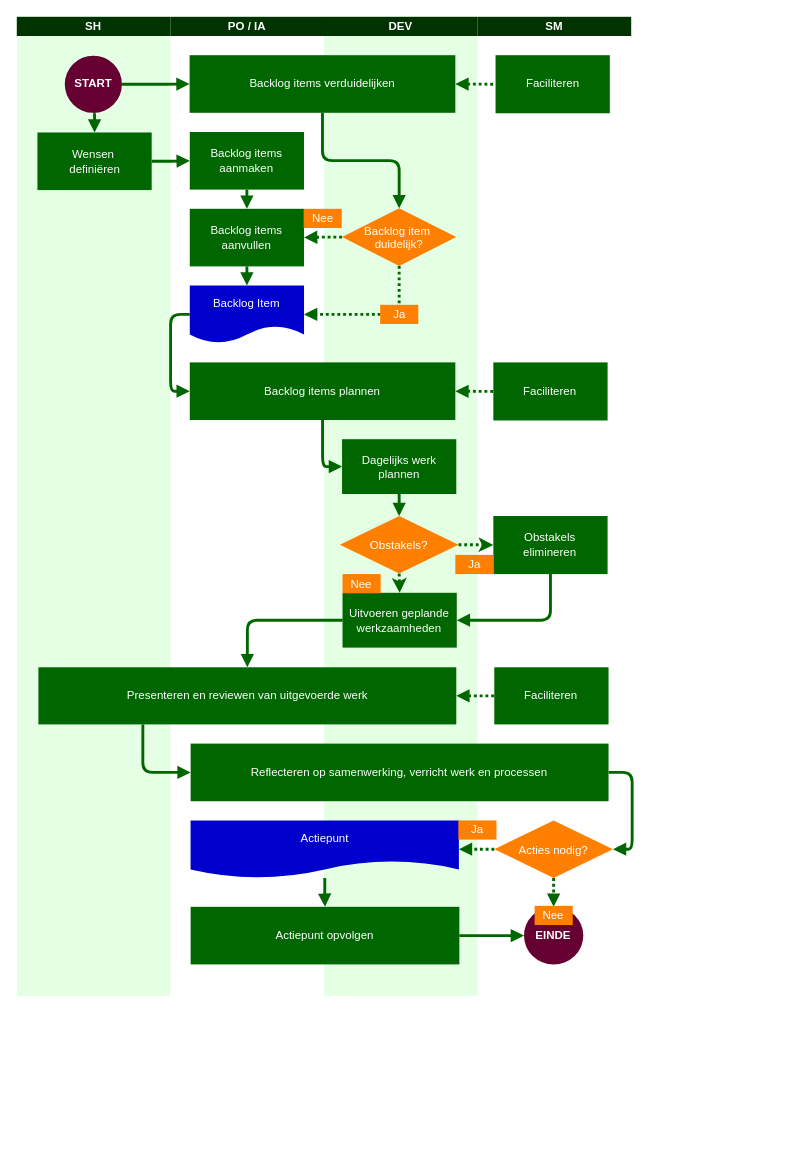
Earlier version of the draw.io diagram diagrammen/2025-05-10 Opdracht 2 SOLL Swimlane.drawio (LeroyGerrits/zuyd). Source tidied: cells renumbered, new cells numbered last; positions are measured from the earlier drawing's top-left corner, leaving out a move shared by most shapes. Both pictures are drawn from the tidied source at 96%, with x=0, y=0 at pixel (16, 16).
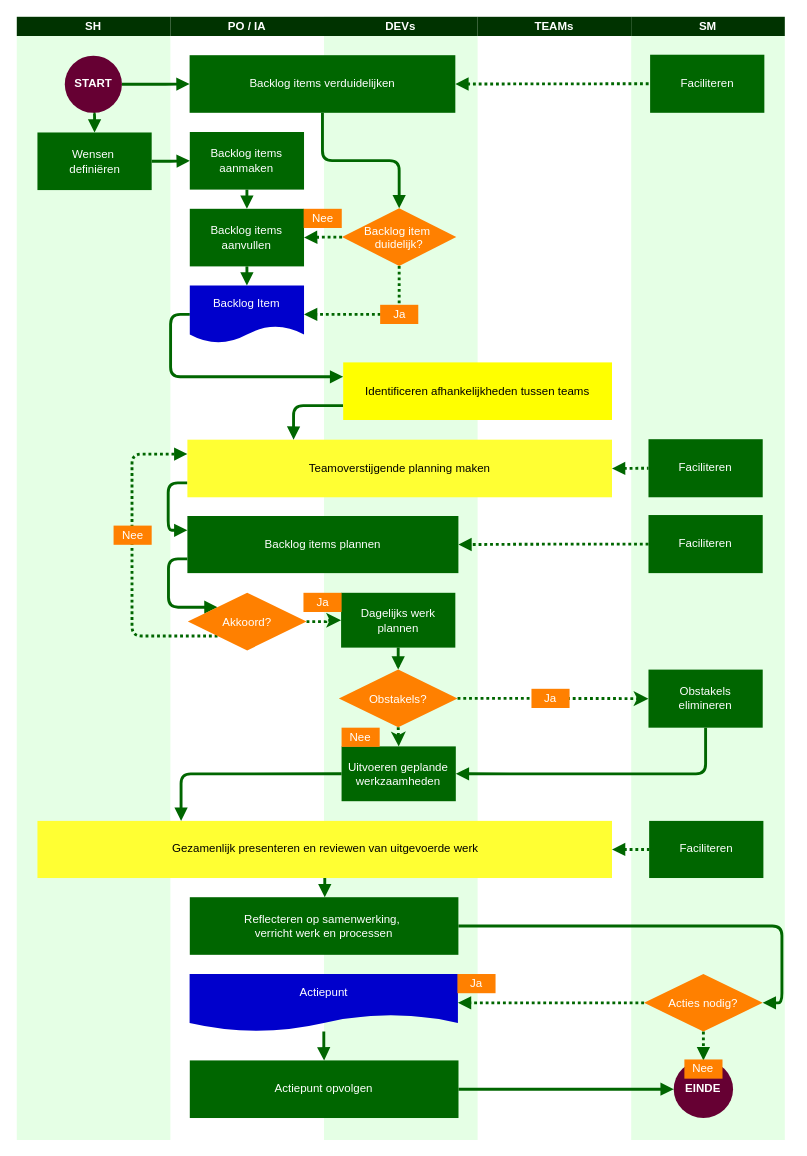
Above is the later version.

Unchanged cells that the change refers to:
```xml
<mxCell id="23" value="Backlog Item" style="shape=document;whiteSpace=wrap;verticalAlign=middle;strokeColor=none;fillColor=#0000CC;shadow=0;fontColor=#FFFFFF;fontFamily=Helvetica;fontStyle=0;html=1;fontSize=12;spacing=6;spacingBottom=22;" parent="1" vertex="1">
  <mxGeometry x="180.2" y="280" width="119" height="60" as="geometry" />
</mxCell>
```

Change to the diagram source:
```diff
@@
+    <mxCell id="59" style="rounded=0;whiteSpace=wrap;html=1;fillColor=#CCFFCC;strokeColor=none;opacity=50;" parent="1" vertex="1">
+      <mxGeometry x="640" width="160" height="1170" as="geometry" />
+    </mxCell>
     <mxCell id="2" style="rounded=0;whiteSpace=wrap;html=1;fillColor=#CCFFCC;strokeColor=none;opacity=50;" parent="1" vertex="1">
-      <mxGeometry width="160" height="1020" as="geometry" />
+      <mxGeometry width="160" height="1170" as="geometry" />
     </mxCell>
     <mxCell id="3" style="rounded=0;whiteSpace=wrap;html=1;fillColor=#CCFFCC;strokeColor=none;opacity=50;" parent="1" vertex="1">
-      <mxGeometry x="320" width="160" height="1020" as="geometry" />
+      <mxGeometry x="320" width="160" height="1170" as="geometry" />
     </mxCell>
@@
-    <mxCell id="6" value="&lt;font style=&quot;color: rgb(255, 255, 255);&quot;&gt;&lt;b&gt;DEV&lt;/b&gt;&lt;/font&gt;" style="rounded=0;whiteSpace=wrap;html=1;strokeColor=none;fillColor=#003300;" parent="1" vertex="1">
+    <mxCell id="6" value="&lt;font style=&quot;color: rgb(255, 255, 255);&quot;&gt;&lt;b&gt;DEVs&lt;/b&gt;&lt;/font&gt;" style="rounded=0;whiteSpace=wrap;html=1;strokeColor=none;fillColor=#003300;" parent="1" vertex="1">
       <mxGeometry x="320" width="160" height="20" as="geometry" />
     </mxCell>
-    <mxCell id="7" value="&lt;font style=&quot;color: rgb(255, 255, 255);&quot;&gt;&lt;b&gt;SM&lt;/b&gt;&lt;/font&gt;" style="rounded=0;whiteSpace=wrap;html=1;strokeColor=none;fillColor=#003300;" parent="1" vertex="1">
+    <mxCell id="7" value="&lt;font style=&quot;color: rgb(255, 255, 255);&quot;&gt;&lt;b&gt;TEAMs&lt;/b&gt;&lt;/font&gt;" style="rounded=0;whiteSpace=wrap;html=1;strokeColor=none;fillColor=#003300;" parent="1" vertex="1">
       <mxGeometry x="480" width="160" height="20" as="geometry" />
     </mxCell>
@@
-    <mxCell id="16" style="edgeStyle=orthogonalEdgeStyle;rounded=1;jettySize=auto;html=1;exitX=0;exitY=0.5;exitDx=0;exitDy=0;entryX=0.5;entryY=0;entryDx=0;entryDy=0;strokeWidth=3;strokeColor=#006600;endArrow=block;endFill=1;curved=0;" parent="1" edge="1" source="17" target="19">
+    <mxCell id="16" style="edgeStyle=orthogonalEdgeStyle;rounded=1;jettySize=auto;html=1;exitX=0;exitY=0.5;exitDx=0;exitDy=0;entryX=0.25;entryY=0;entryDx=0;entryDy=0;strokeWidth=3;strokeColor=#006600;endArrow=block;endFill=1;curved=0;" parent="1" edge="1" source="17" target="19">
       <mxGeometry relative="1" as="geometry" />
     </mxCell>
     <mxCell id="17" value="Uitvoeren geplande werkzaamheden" style="whiteSpace=wrap;strokeColor=none;fillColor=#006600;shadow=0;fontColor=#FFFFFF;fontFamily=Helvetica;fontStyle=0;html=1;fontSize=12;spacing=6;verticalAlign=middle;fillStyle=auto;" parent="1" vertex="1">
-      <mxGeometry x="339.3" y="600" width="119" height="57.1" as="geometry" />
+      <mxGeometry x="338.3" y="760" width="119" height="57.1" as="geometry" />
     </mxCell>
-    <mxCell id="18" style="edgeStyle=orthogonalEdgeStyle;rounded=1;jettySize=auto;html=1;exitX=0.25;exitY=1;exitDx=0;exitDy=0;entryX=0;entryY=0.5;entryDx=0;entryDy=0;strokeWidth=3;strokeColor=#006600;endArrow=block;endFill=1;curved=0;" parent="1" edge="1" source="19" target="32">
+    <mxCell id="18" style="edgeStyle=orthogonalEdgeStyle;rounded=1;jettySize=auto;html=1;entryX=0.5;entryY=0;entryDx=0;entryDy=0;strokeWidth=3;strokeColor=#006600;endArrow=block;endFill=1;curved=0;" parent="1" edge="1" source="19" target="32">
       <mxGeometry relative="1" as="geometry" />
     </mxCell>
-    <mxCell id="19" value="Presenteren en reviewen van uitgevoerde werk" style="whiteSpace=wrap;strokeColor=none;fillColor=#006600;shadow=0;fontColor=#FFFFFF;fontFamily=Helvetica;fontStyle=0;html=1;fontSize=12;spacing=6;verticalAlign=middle;fillStyle=auto;" parent="1" vertex="1">
-      <mxGeometry x="22.5" y="677.6" width="435.3" height="59.5" as="geometry" />
+    <mxCell id="19" value="Gezamenlijk presenteren en reviewen van uitgevoerde werk" style="whiteSpace=wrap;strokeColor=none;fillColor=#FFFF33;shadow=0;fontColor=#000000;fontFamily=Helvetica;fontStyle=0;html=1;fontSize=12;spacing=6;verticalAlign=middle;fillStyle=auto;" parent="1" vertex="1">
+      <mxGeometry x="21.5" y="837.6" width="598.5" height="59.5" as="geometry" />
     </mxCell>
@@
-    <mxCell id="22" style="edgeStyle=orthogonalEdgeStyle;rounded=1;jettySize=auto;html=1;exitX=0;exitY=0.5;exitDx=0;exitDy=0;entryX=0;entryY=0.5;entryDx=0;entryDy=0;curved=0;strokeColor=#006600;strokeWidth=3;endArrow=block;endFill=1;" parent="1" edge="1" source="23" target="27">
+    <mxCell id="22" style="edgeStyle=orthogonalEdgeStyle;rounded=1;jettySize=auto;html=1;exitX=0;exitY=0.5;exitDx=0;exitDy=0;entryX=0;entryY=0.25;entryDx=0;entryDy=0;curved=0;strokeColor=#006600;strokeWidth=3;endArrow=block;endFill=1;" parent="1" edge="1" source="23" target="64">
       <mxGeometry relative="1" as="geometry" />
     </mxCell>
@@
-    <mxCell id="26" style="edgeStyle=orthogonalEdgeStyle;rounded=1;jettySize=auto;html=1;entryX=0;entryY=0.5;entryDx=0;entryDy=0;strokeWidth=3;strokeColor=#006600;curved=0;endArrow=block;endFill=1;" parent="1" edge="1" source="27" target="51">
-      <mxGeometry relative="1" as="geometry" />
-    </mxCell>
+    <mxCell id="60" style="edgeStyle=orthogonalEdgeStyle;rounded=1;jettySize=auto;html=1;entryX=0;entryY=0.25;entryDx=0;entryDy=0;exitX=0;exitY=0.75;exitDx=0;exitDy=0;strokeWidth=3;curved=0;strokeColor=#006600;endArrow=block;endFill=1;" parent="1" edge="1" source="27" target="66">
+      <mxGeometry relative="1" as="geometry" />
+    </mxCell>
+    <mxCell id="61" style="edgeStyle=orthogonalEdgeStyle;rounded=1;jettySize=auto;html=1;exitX=0;exitY=1;exitDx=0;exitDy=0;entryX=0;entryY=0.25;entryDx=0;entryDy=0;strokeWidth=3;dashed=1;dashPattern=1 1;curved=0;strokeColor=#006600;endArrow=block;endFill=1;" parent="1" edge="1" source="70" target="27">
+      <mxGeometry relative="1" as="geometry">
+        <Array as="points">
+          <mxPoint x="120" y="645" />
+          <mxPoint x="120" y="455" />
+        </Array>
+      </mxGeometry>
+    </mxCell>
-    <mxCell id="27" value="Backlog items plannen" style="whiteSpace=wrap;strokeColor=none;fillColor=#006600;shadow=0;fontColor=#FFFFFF;fontFamily=Helvetica;fontStyle=0;html=1;fontSize=12;spacing=6;verticalAlign=middle;fillStyle=auto;" parent="1" vertex="1">
-      <mxGeometry x="180.2" y="360" width="276.6" height="60" as="geometry" />
+    <mxCell id="27" value="Teamoverstijgende planning maken" style="whiteSpace=wrap;strokeColor=none;fillColor=#FFFF33;shadow=0;fontColor=#000000;fontFamily=Helvetica;fontStyle=0;html=1;fontSize=12;spacing=6;verticalAlign=middle;fillStyle=auto;" parent="1" vertex="1">
+      <mxGeometry x="177.7" y="440.5" width="442.3" height="60" as="geometry" />
     </mxCell>
     <mxCell id="28" value="Faciliteren" style="whiteSpace=wrap;shadow=0;fontColor=#FFFFFF;fontFamily=Helvetica;fontStyle=0;html=1;fontSize=12;plain-purple;strokeColor=none;fillColor=#006600;gradientColor=none;spacing=6;verticalAlign=middle;" parent="1" vertex="1">
-      <mxGeometry x="498.7" y="40" width="119" height="60.5" as="geometry" />
+      <mxGeometry x="659.7" y="39.5" width="119" height="60.5" as="geometry" />
     </mxCell>
     <mxCell id="29" value="Faciliteren" style="whiteSpace=wrap;shadow=0;fontColor=#FFFFFF;fontFamily=Helvetica;fontStyle=0;html=1;fontSize=12;plain-purple;strokeColor=none;fillColor=#006600;gradientColor=none;spacing=6;verticalAlign=middle;" parent="1" vertex="1">
-      <mxGeometry x="496.4" y="360" width="119" height="60.5" as="geometry" />
+      <mxGeometry x="658" y="440" width="119" height="60.5" as="geometry" />
     </mxCell>
     <mxCell id="30" value="Faciliteren" style="whiteSpace=wrap;shadow=0;fontColor=#FFFFFF;fontFamily=Helvetica;fontStyle=0;html=1;fontSize=12;plain-purple;strokeColor=none;fillColor=#006600;gradientColor=none;spacing=6;verticalAlign=middle;" parent="1" vertex="1">
-      <mxGeometry x="497.4" y="677.6" width="119" height="59.5" as="geometry" />
+      <mxGeometry x="658.7" y="837.6" width="119" height="59.5" as="geometry" />
     </mxCell>
@@
-    <mxCell id="32" value="Reflecteren op samenwerking, verricht werk en processen" style="whiteSpace=wrap;strokeColor=none;fillColor=#006600;shadow=0;fontColor=#FFFFFF;fontFamily=Helvetica;fontStyle=0;html=1;fontSize=12;spacing=6;verticalAlign=middle;fillStyle=auto;" parent="1" vertex="1">
-      <mxGeometry x="181.1" y="757.1" width="435.3" height="60" as="geometry" />
+    <mxCell id="32" value="Reflecteren op samenwerking,&amp;nbsp;&lt;div&gt;verricht&amp;nbsp;&lt;span style=&quot;background-color: transparent; color: light-dark(rgb(255, 255, 255), rgb(18, 18, 18));&quot;&gt;werk en processen&lt;/span&gt;&lt;/div&gt;" style="whiteSpace=wrap;strokeColor=none;fillColor=#006600;shadow=0;fontColor=#FFFFFF;fontFamily=Helvetica;fontStyle=0;html=1;fontSize=12;spacing=6;verticalAlign=middle;fillStyle=auto;" parent="1" vertex="1">
+      <mxGeometry x="180.2" y="917.1" width="279.8" height="60" as="geometry" />
     </mxCell>
@@
     <mxCell id="35" value="Acties nodig?" style="rhombus;fillColor=#FF8000;strokeColor=none;fontColor=#FFFFFF;" parent="1" vertex="1">
-      <mxGeometry x="497.4" y="837.1" width="123.6" height="60" as="geometry" />
+      <mxGeometry x="653.4" y="997.1" width="123.6" height="60" as="geometry" />
     </mxCell>
@@
     <mxCell id="37" value="Actiepunt" style="shape=document;whiteSpace=wrap;verticalAlign=middle;strokeColor=none;fillColor=#0000CC;shadow=0;fontColor=#FFFFFF;fontFamily=Helvetica;fontStyle=0;html=1;fontSize=12;spacing=6;spacingBottom=22;" parent="1" vertex="1">
-      <mxGeometry x="181" y="837.1" width="279.5" height="60" as="geometry" />
+      <mxGeometry x="180" y="997.1" width="279.5" height="60" as="geometry" />
     </mxCell>
     <mxCell id="38" value="Ja" style="rounded=0;whiteSpace=wrap;html=1;fillColor=#FF8000;fontColor=#FFFFFF;strokeColor=none;fontSize=12;" parent="1" vertex="1">
-      <mxGeometry x="460" y="837.1" width="39.7" height="20" as="geometry" />
+      <mxGeometry x="459" y="997.1" width="39.7" height="20" as="geometry" />
     </mxCell>
@@
     <mxCell id="41" value="Actiepunt opvolgen" style="whiteSpace=wrap;strokeColor=none;fillColor=#006600;shadow=0;fontColor=#FFFFFF;fontFamily=Helvetica;fontStyle=0;html=1;fontSize=12;spacing=6;verticalAlign=middle;fillStyle=auto;" parent="1" vertex="1">
-      <mxGeometry x="181.1" y="927.1" width="279.9" height="60" as="geometry" />
+      <mxGeometry x="180.2" y="1087.1" width="279.9" height="60" as="geometry" />
     </mxCell>
@@
     <mxCell id="48" value="&lt;b&gt;EINDE&lt;/b&gt;" style="ellipse;whiteSpace=wrap;html=1;strokeColor=none;fillColor=#660033;fontColor=#FFFFFF;" parent="1" vertex="1">
-      <mxGeometry x="528.3" y="927.1" width="61.8" height="60" as="geometry" />
+      <mxGeometry x="684.3" y="1087.1" width="61.8" height="60" as="geometry" />
     </mxCell>
     <mxCell id="49" value="Nee" style="rounded=0;whiteSpace=wrap;html=1;fillColor=#FF8000;fontColor=#FFFFFF;strokeColor=none;" parent="1" vertex="1">
-      <mxGeometry x="539.4" y="926.1" width="39.7" height="20" as="geometry" />
+      <mxGeometry x="695.4" y="1086.1" width="39.7" height="20" as="geometry" />
     </mxCell>
@@
     <mxCell id="51" value="Dagelijks werk plannen" style="whiteSpace=wrap;strokeColor=none;fillColor=#006600;shadow=0;fontColor=#FFFFFF;fontFamily=Helvetica;fontStyle=0;html=1;fontSize=12;spacing=6;verticalAlign=middle;fillStyle=auto;" parent="1" vertex="1">
-      <mxGeometry x="338.8" y="440" width="119" height="57.1" as="geometry" />
+      <mxGeometry x="337.8" y="600" width="119" height="57.1" as="geometry" />
     </mxCell>
@@
     <mxCell id="54" value="Obstakels?" style="rhombus;fillColor=#FF8000;strokeColor=none;fontColor=#FFFFFF;" parent="1" vertex="1">
-      <mxGeometry x="336.5" y="520" width="123.6" height="60" as="geometry" />
+      <mxGeometry x="335.5" y="680" width="123.6" height="60" as="geometry" />
     </mxCell>
     <mxCell id="55" value="Nee" style="rounded=0;whiteSpace=wrap;html=1;fillColor=#FF8000;fontColor=#FFFFFF;strokeColor=none;" parent="1" vertex="1">
-      <mxGeometry x="339.3" y="580.5" width="39.7" height="20" as="geometry" />
+      <mxGeometry x="338.3" y="740.5" width="39.7" height="20" as="geometry" />
     </mxCell>
@@
     <mxCell id="57" value="Obstakels elimineren" style="whiteSpace=wrap;shadow=0;fontColor=#FFFFFF;fontFamily=Helvetica;fontStyle=0;html=1;fontSize=12;plain-purple;strokeColor=none;fillColor=#006600;gradientColor=none;spacing=6;verticalAlign=middle;" parent="1" vertex="1">
-      <mxGeometry x="496.4" y="520" width="119" height="60.5" as="geometry" />
+      <mxGeometry x="658" y="680" width="119" height="60.5" as="geometry" />
     </mxCell>
     <mxCell id="58" value="Ja" style="rounded=0;whiteSpace=wrap;html=1;fillColor=#FF8000;fontColor=#FFFFFF;strokeColor=none;" parent="1" vertex="1">
-      <mxGeometry x="456.8" y="560.5" width="39.7" height="20" as="geometry" />
+      <mxGeometry x="536.1" y="700" width="39.7" height="20" as="geometry" />
     </mxCell>
+    <mxCell id="62" value="&lt;font style=&quot;color: rgb(255, 255, 255);&quot;&gt;&lt;b&gt;SM&lt;/b&gt;&lt;/font&gt;" style="rounded=0;whiteSpace=wrap;html=1;strokeColor=none;fillColor=#003300;" parent="1" vertex="1">
+      <mxGeometry x="640" width="160" height="20" as="geometry" />
+    </mxCell>
+    <mxCell id="63" style="edgeStyle=orthogonalEdgeStyle;rounded=1;jettySize=auto;html=1;exitX=0;exitY=0.75;exitDx=0;exitDy=0;entryX=0.25;entryY=0;entryDx=0;entryDy=0;strokeWidth=3;strokeColor=#006600;curved=0;endArrow=block;endFill=1;" parent="1" edge="1" source="64" target="27">
+      <mxGeometry relative="1" as="geometry" />
+    </mxCell>
+    <mxCell id="64" value="Identificeren afhankelijkheden tussen teams" style="whiteSpace=wrap;strokeColor=none;fillColor=#FFFF00;shadow=0;fontColor=#000000;fontFamily=Helvetica;fontStyle=0;html=1;fontSize=12;spacing=6;verticalAlign=middle;fillStyle=auto;" parent="1" vertex="1">
+      <mxGeometry x="340" y="360" width="280" height="60" as="geometry" />
+    </mxCell>
+    <mxCell id="65" style="edgeStyle=orthogonalEdgeStyle;rounded=1;jettySize=auto;html=1;exitX=0;exitY=0.75;exitDx=0;exitDy=0;entryX=0;entryY=0;entryDx=0;entryDy=0;strokeWidth=3;curved=0;strokeColor=#006600;endArrow=block;endFill=1;" parent="1" edge="1" source="66" target="70">
+      <mxGeometry relative="1" as="geometry">
+        <Array as="points">
+          <mxPoint x="158" y="565" />
+          <mxPoint x="158" y="615" />
+        </Array>
+      </mxGeometry>
+    </mxCell>
+    <mxCell id="66" value="Backlog items plannen" style="whiteSpace=wrap;strokeColor=none;fillColor=#006600;shadow=0;fontColor=#FFFFFF;fontFamily=Helvetica;fontStyle=0;html=1;fontSize=12;spacing=6;verticalAlign=middle;fillStyle=auto;" parent="1" vertex="1">
+      <mxGeometry x="177.7" y="520" width="282.3" height="59.5" as="geometry" />
+    </mxCell>
+    <mxCell id="67" style="edgeStyle=orthogonalEdgeStyle;rounded=0;jettySize=auto;html=1;entryX=1;entryY=0.5;entryDx=0;entryDy=0;dashed=1;dashPattern=1 1;strokeColor=#006600;strokeWidth=3;endArrow=block;endFill=1;" parent="1" edge="1" source="68" target="66">
+      <mxGeometry relative="1" as="geometry" />
+    </mxCell>
+    <mxCell id="68" value="Faciliteren" style="whiteSpace=wrap;shadow=0;fontColor=#FFFFFF;fontFamily=Helvetica;fontStyle=0;html=1;fontSize=12;plain-purple;strokeColor=none;fillColor=#006600;gradientColor=none;spacing=6;verticalAlign=middle;" parent="1" vertex="1">
+      <mxGeometry x="658" y="519" width="119" height="60.5" as="geometry" />
+    </mxCell>
+    <mxCell id="69" style="edgeStyle=orthogonalEdgeStyle;rounded=0;jettySize=auto;html=1;entryX=0;entryY=0.5;entryDx=0;entryDy=0;strokeWidth=3;dashed=1;dashPattern=1 1;strokeColor=#006600;" parent="1" edge="1" source="70" target="51">
+      <mxGeometry relative="1" as="geometry" />
+    </mxCell>
+    <mxCell id="70" value="Akkoord?" style="rhombus;fillColor=#FF8000;strokeColor=none;fontColor=#FFFFFF;" parent="1" vertex="1">
+      <mxGeometry x="178.2" y="600" width="123.6" height="60" as="geometry" />
+    </mxCell>
+    <mxCell id="71" value="Nee" style="rounded=0;whiteSpace=wrap;html=1;fillColor=#FF8000;fontColor=#FFFFFF;strokeColor=none;" parent="1" vertex="1">
+      <mxGeometry x="100.8" y="530" width="39.7" height="20" as="geometry" />
+    </mxCell>
+    <mxCell id="72" value="Ja" style="rounded=0;whiteSpace=wrap;html=1;fillColor=#FF8000;fontColor=#FFFFFF;strokeColor=none;" parent="1" vertex="1">
+      <mxGeometry x="298.6" y="600" width="39.7" height="20" as="geometry" />
+    </mxCell>
```
